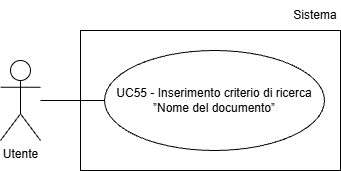
The draw.io diagram assets/Use_Case_Diagrams/UC55.png in Team-Three-Technologies/Documenti, before a commit. Source tidied: cells renumbered, new cells last; positions are measured from the earlier drawing's top-left corner, leaving out a move shared by most shapes. The source it was exported from:
```xml
<mxGraphModel>
  <root>
    <mxCell id="0" />
    <mxCell id="1" parent="0" />
    <mxCell id="2" value="Utente" style="shape=umlActor;verticalLabelPosition=bottom;verticalAlign=top;html=1;" parent="1" vertex="1">
      <mxGeometry y="60" width="40" height="80" as="geometry" />
    </mxCell>
    <mxCell id="3" value="UC55 - Inserimento criterio di ricerca ”Nome del documento”" style="ellipse;whiteSpace=wrap;html=1;align=center;" parent="1" vertex="1">
      <mxGeometry x="104" y="50" width="220" height="100" as="geometry" />
    </mxCell>
    <mxCell id="4" style="endArrow=none;html=1;rounded=0;entryX=0;entryY=0.5;entryDx=0;entryDy=0;" parent="1" edge="1" target="3">
      <mxGeometry relative="1" as="geometry">
        <mxPoint x="40" y="100" as="sourcePoint" />
      </mxGeometry>
    </mxCell>
    <mxCell id="5" style="rounded=0;whiteSpace=wrap;html=1;fillColor=none;" parent="1" vertex="1">
      <mxGeometry x="80" y="30" width="260" height="140" as="geometry" />
    </mxCell>
    <mxCell id="6" value="Sistema" style="text;html=1;whiteSpace=wrap;strokeColor=none;fillColor=none;align=center;verticalAlign=middle;rounded=0;" parent="1" vertex="1">
      <mxGeometry x="290" width="50" height="30" as="geometry" />
    </mxCell>
  </root>
</mxGraphModel>
```
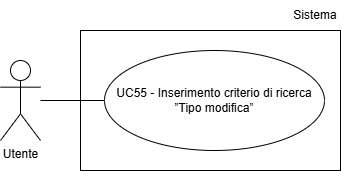
Above is the later version.

What changed in the source:
```diff
@@ -5,14 +5,14 @@
     <mxCell id="2" value="Utente" style="shape=umlActor;verticalLabelPosition=bottom;verticalAlign=top;html=1;" parent="1" vertex="1">
       <mxGeometry y="60" width="40" height="80" as="geometry" />
     </mxCell>
-    <mxCell id="3" value="UC55 - Inserimento criterio di ricerca ”Nome del documento”" style="ellipse;whiteSpace=wrap;html=1;align=center;" parent="1" vertex="1">
-      <mxGeometry x="104" y="50" width="220" height="100" as="geometry" />
-    </mxCell>
-    <mxCell id="4" style="endArrow=none;html=1;rounded=0;entryX=0;entryY=0.5;entryDx=0;entryDy=0;" parent="1" edge="1" target="3">
-      <mxGeometry relative="1" as="geometry">
-        <mxPoint x="40" y="100" as="sourcePoint" />
-      </mxGeometry>
-    </mxCell>
+    <mxCell id="7" value="UC55 - Inserimento criterio di ricerca ”Tipo modifica”" style="ellipse;whiteSpace=wrap;html=1;align=center;" parent="1" vertex="1">
+      <mxGeometry x="104" y="50" width="220" height="100" as="geometry" />
+    </mxCell>
+    <mxCell id="8" style="endArrow=none;html=1;rounded=0;entryX=0;entryY=0.5;entryDx=0;entryDy=0;" parent="1" edge="1" target="7">
+      <mxGeometry relative="1" as="geometry">
+        <mxPoint x="40" y="100" as="sourcePoint" />
+      </mxGeometry>
+    </mxCell>
     <mxCell id="5" style="rounded=0;whiteSpace=wrap;html=1;fillColor=none;" parent="1" vertex="1">
       <mxGeometry x="80" y="30" width="260" height="140" as="geometry" />
     </mxCell>
```
